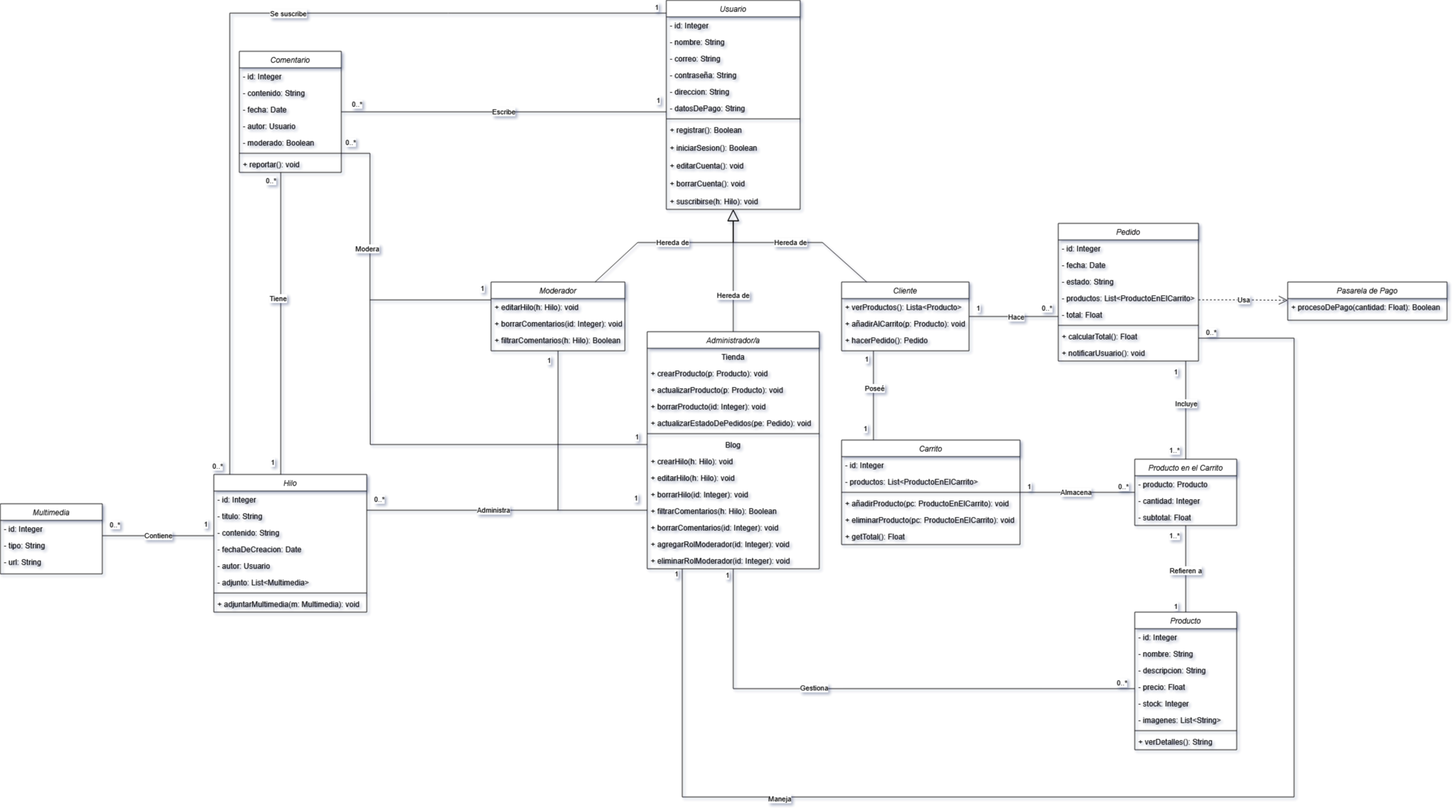
This is Diagramas/Clases/DiagramaClases.drawio.png from 8-6R4N4DR1/LuigiaCouture, a draw.io export, as it was before one commit. Source tidied: cells renumbered, new cells last; positions are measured from the earlier drawing's top-left corner, leaving out a move shared by most shapes.
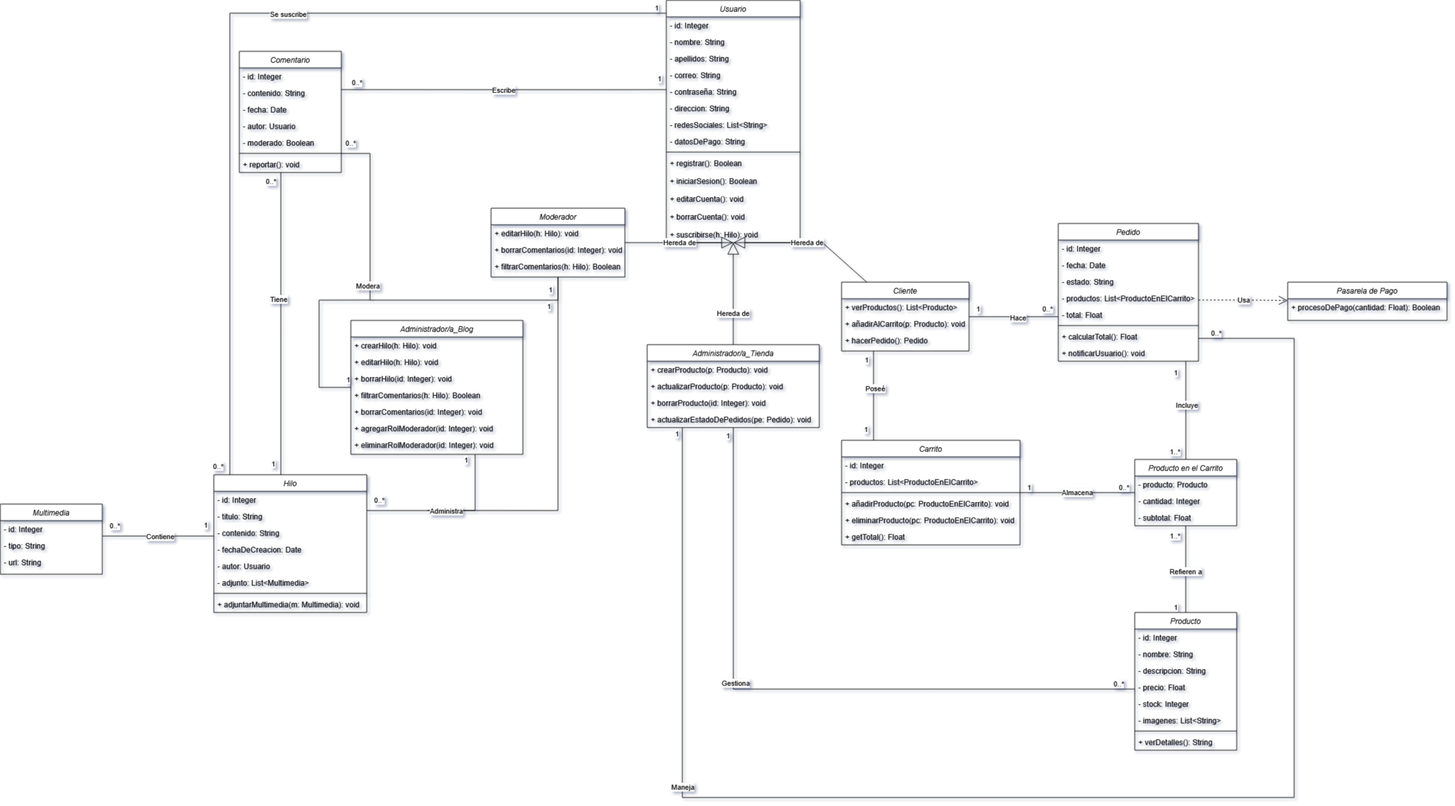
The same diagram one commit later.

What changed in the source:
```diff
@@ -3,7 +3,7 @@
     <mxCell id="0" />
     <mxCell id="1" parent="0" />
     <mxCell id="2" value="Usuario" style="swimlane;fontStyle=2;align=center;verticalAlign=top;horizontal=1;startSize=26;rounded=0;shadow=0;strokeWidth=1;" parent="1" vertex="1">
-      <mxGeometry x="1045" width="210" height="328" as="geometry" />
+      <mxGeometry x="1045" width="210" height="380" as="geometry" />
     </mxCell>
     <mxCell id="3" value="- id: Integer" style="text;align=left;verticalAlign=top;spacingLeft=4;spacingRight=4;overflow=hidden;" parent="2" vertex="1">
       <mxGeometry y="26" width="210" height="26" as="geometry" />
@@ -11,35 +11,41 @@
     <mxCell id="4" value="- nombre: String" style="text;align=left;verticalAlign=top;spacingLeft=4;spacingRight=4;overflow=hidden;rounded=0;shadow=0;html=0;" parent="2" vertex="1">
       <mxGeometry y="52" width="210" height="26" as="geometry" />
     </mxCell>
+    <mxCell id="150" value="- apellidos: String" style="text;align=left;verticalAlign=top;spacingLeft=4;spacingRight=4;overflow=hidden;rounded=0;shadow=0;html=0;" parent="2" vertex="1">
+      <mxGeometry y="78" width="210" height="26" as="geometry" />
+    </mxCell>
     <mxCell id="5" value="- correo: String" style="text;align=left;verticalAlign=top;spacingLeft=4;spacingRight=4;overflow=hidden;rounded=0;shadow=0;html=0;" parent="2" vertex="1">
-      <mxGeometry y="78" width="210" height="26" as="geometry" />
+      <mxGeometry y="104" width="210" height="26" as="geometry" />
     </mxCell>
     <mxCell id="6" value="- contraseña: String" style="text;align=left;verticalAlign=top;spacingLeft=4;spacingRight=4;overflow=hidden;rounded=0;shadow=0;html=0;" parent="2" vertex="1">
-      <mxGeometry y="104" width="210" height="26" as="geometry" />
+      <mxGeometry y="130" width="210" height="26" as="geometry" />
     </mxCell>
     <mxCell id="7" value="- direccion: String" style="text;align=left;verticalAlign=top;spacingLeft=4;spacingRight=4;overflow=hidden;rounded=0;shadow=0;html=0;" parent="2" vertex="1">
-      <mxGeometry y="130" width="210" height="26" as="geometry" />
+      <mxGeometry y="156" width="210" height="26" as="geometry" />
     </mxCell>
+    <mxCell id="151" value="- redesSociales: List&lt;String&gt;" style="text;align=left;verticalAlign=top;spacingLeft=4;spacingRight=4;overflow=hidden;rounded=0;shadow=0;html=0;" parent="2" vertex="1">
+      <mxGeometry y="182" width="210" height="26" as="geometry" />
+    </mxCell>
     <mxCell id="8" value="- datosDePago: String" style="text;align=left;verticalAlign=top;spacingLeft=4;spacingRight=4;overflow=hidden;rounded=0;shadow=0;html=0;" parent="2" vertex="1">
-      <mxGeometry y="156" width="210" height="26" as="geometry" />
+      <mxGeometry y="208" width="210" height="26" as="geometry" />
     </mxCell>
     <mxCell id="9" style="line;html=1;strokeWidth=1;align=left;verticalAlign=middle;spacingTop=-1;spacingLeft=3;spacingRight=3;labelPosition=right;" parent="2" vertex="1">
-      <mxGeometry y="182" width="210" height="8" as="geometry" />
+      <mxGeometry y="234" width="210" height="8" as="geometry" />
     </mxCell>
     <mxCell id="10" value="+ registrar(): Boolean" style="text;align=left;verticalAlign=top;spacingLeft=4;spacingRight=4;overflow=hidden;" parent="2" vertex="1">
-      <mxGeometry y="190" width="210" height="28" as="geometry" />
+      <mxGeometry y="242" width="210" height="28" as="geometry" />
     </mxCell>
     <mxCell id="11" value="+ iniciarSesion(): Boolean" style="text;align=left;verticalAlign=top;spacingLeft=4;spacingRight=4;overflow=hidden;" parent="2" vertex="1">
-      <mxGeometry y="218" width="210" height="28" as="geometry" />
+      <mxGeometry y="270" width="210" height="28" as="geometry" />
     </mxCell>
     <mxCell id="12" value="+ editarCuenta(): void" style="text;align=left;verticalAlign=top;spacingLeft=4;spacingRight=4;overflow=hidden;" parent="2" vertex="1">
-      <mxGeometry y="246" width="210" height="28" as="geometry" />
+      <mxGeometry y="298" width="210" height="28" as="geometry" />
     </mxCell>
     <mxCell id="13" value="+ borrarCuenta(): void" style="text;align=left;verticalAlign=top;spacingLeft=4;spacingRight=4;overflow=hidden;" parent="2" vertex="1">
-      <mxGeometry y="274" width="210" height="28" as="geometry" />
+      <mxGeometry y="326" width="210" height="28" as="geometry" />
     </mxCell>
     <mxCell id="14" value="+ suscribirse(h: Hilo): void" style="text;align=left;verticalAlign=top;spacingLeft=4;spacingRight=4;overflow=hidden;" parent="2" vertex="1">
-      <mxGeometry y="302" width="210" height="26" as="geometry" />
+      <mxGeometry y="354" width="210" height="26" as="geometry" />
     </mxCell>
     <mxCell id="15" style="edgeStyle=orthogonalEdgeStyle;rounded=0;jettySize=auto;html=1;endArrow=none;startFill=0;" parent="1" edge="1" source="19" target="42">
       <mxGeometry relative="1" as="geometry">
@@ -61,73 +67,36 @@
     <mxCell id="18" value="Gestiona" style="edgeLabel;html=1;align=center;verticalAlign=middle;" parent="15" vertex="1">
       <mxGeometry x="-0.23" y="2" relative="1" as="geometry" />
     </mxCell>
-    <mxCell id="19" value="Administrador/a" style="swimlane;fontStyle=2;align=center;verticalAlign=top;horizontal=1;startSize=26;rounded=0;shadow=0;strokeWidth=1;" parent="1" vertex="1">
-      <mxGeometry x="1015" y="520" width="270" height="372" as="geometry" />
+    <mxCell id="19" value="Administrador/a_Tienda" style="swimlane;fontStyle=2;align=center;verticalAlign=top;horizontal=1;startSize=26;rounded=0;shadow=0;strokeWidth=1;" parent="1" vertex="1">
+      <mxGeometry x="1015" y="540" width="270" height="130" as="geometry" />
     </mxCell>
-    <mxCell id="20" value="Tienda" style="text;align=center;verticalAlign=top;spacingLeft=4;spacingRight=4;overflow=hidden;" parent="19" vertex="1">
-      <mxGeometry y="26" width="270" height="26" as="geometry" />
-    </mxCell>
     <mxCell id="21" value="+ crearProducto(p: Producto): void" style="text;align=left;verticalAlign=top;spacingLeft=4;spacingRight=4;overflow=hidden;rounded=0;shadow=0;html=0;" parent="19" vertex="1">
-      <mxGeometry y="52" width="270" height="26" as="geometry" />
+      <mxGeometry y="26" width="270" height="26" as="geometry" />
     </mxCell>
     <mxCell id="22" value="+ actualizarProducto(p: Producto): void" style="text;align=left;verticalAlign=top;spacingLeft=4;spacingRight=4;overflow=hidden;rounded=0;shadow=0;html=0;" parent="19" vertex="1">
-      <mxGeometry y="78" width="270" height="26" as="geometry" />
+      <mxGeometry y="52" width="270" height="26" as="geometry" />
     </mxCell>
     <mxCell id="23" value="+ borrarProducto(id: Integer): void" style="text;align=left;verticalAlign=top;spacingLeft=4;spacingRight=4;overflow=hidden;rounded=0;shadow=0;html=0;" parent="19" vertex="1">
-      <mxGeometry y="104" width="270" height="26" as="geometry" />
+      <mxGeometry y="78" width="270" height="26" as="geometry" />
     </mxCell>
     <mxCell id="24" value="+ actualizarEstadoDePedidos(pe: Pedido): void" style="text;align=left;verticalAlign=top;spacingLeft=4;spacingRight=4;overflow=hidden;rounded=0;shadow=0;html=0;" parent="19" vertex="1">
-      <mxGeometry y="130" width="270" height="26" as="geometry" />
+      <mxGeometry y="104" width="270" height="26" as="geometry" />
     </mxCell>
-    <mxCell id="25" style="line;html=1;strokeWidth=1;align=left;verticalAlign=middle;spacingTop=-1;spacingLeft=3;spacingRight=3;labelPosition=right;" parent="19" vertex="1">
-      <mxGeometry y="156" width="270" height="8" as="geometry" />
-    </mxCell>
-    <mxCell id="26" style="edgeStyle=orthogonalEdgeStyle;rounded=0;jettySize=auto;html=1;exitX=0;exitY=0.5;exitDx=0;exitDy=0;endArrow=none;startFill=0;" parent="19" edge="1" source="28">
-      <mxGeometry relative="1" as="geometry">
-        <mxPoint x="-435" y="-50" as="targetPoint" />
-      </mxGeometry>
-    </mxCell>
-    <mxCell id="27" value="1" style="edgeLabel;html=1;align=center;verticalAlign=middle;" parent="26" vertex="1">
-      <mxGeometry x="-0.95" y="-2" relative="1" as="geometry">
-        <mxPoint y="-11" as="offset" />
-      </mxGeometry>
-    </mxCell>
-    <mxCell id="28" value="Blog" style="text;align=center;verticalAlign=top;spacingLeft=4;spacingRight=4;overflow=hidden;points=[[0,0.5],[1,0.5]];portConstraint=eastwest;" parent="19" vertex="1">
-      <mxGeometry y="164" width="270" height="26" as="geometry" />
-    </mxCell>
-    <mxCell id="29" value="+ crearHilo(h: Hilo): void" style="text;align=left;verticalAlign=top;spacingLeft=4;spacingRight=4;overflow=hidden;rounded=0;shadow=0;html=0;" parent="19" vertex="1">
-      <mxGeometry y="190" width="270" height="26" as="geometry" />
-    </mxCell>
-    <mxCell id="30" value="+ editarHilo(h: Hilo): void" style="text;align=left;verticalAlign=top;spacingLeft=4;spacingRight=4;overflow=hidden;rounded=0;shadow=0;html=0;" parent="19" vertex="1">
-      <mxGeometry y="216" width="270" height="26" as="geometry" />
-    </mxCell>
-    <mxCell id="31" value="+ borrarHilo(id: Integer): void" style="text;align=left;verticalAlign=top;spacingLeft=4;spacingRight=4;overflow=hidden;rounded=0;shadow=0;html=0;" parent="19" vertex="1">
-      <mxGeometry y="242" width="270" height="26" as="geometry" />
-    </mxCell>
-    <mxCell id="32" value="+ filtrarComentarios(h: Hilo): Boolean" style="text;align=left;verticalAlign=top;spacingLeft=4;spacingRight=4;overflow=hidden;" parent="19" vertex="1">
-      <mxGeometry y="268" width="270" height="26" as="geometry" />
-    </mxCell>
-    <mxCell id="33" value="+ borrarComentarios(id: Integer): void" style="text;align=left;verticalAlign=top;spacingLeft=4;spacingRight=4;overflow=hidden;rounded=0;shadow=0;html=0;" parent="19" vertex="1">
-      <mxGeometry y="294" width="270" height="26" as="geometry" />
-    </mxCell>
-    <mxCell id="34" value="+ agregarRolModerador(id: Integer): void" style="text;align=left;verticalAlign=top;spacingLeft=4;spacingRight=4;overflow=hidden;rounded=0;shadow=0;html=0;" parent="19" vertex="1">
-      <mxGeometry y="320" width="270" height="26" as="geometry" />
-    </mxCell>
-    <mxCell id="35" value="+ eliminarRolModerador(id: Integer): void" style="text;align=left;verticalAlign=top;spacingLeft=4;spacingRight=4;overflow=hidden;rounded=0;shadow=0;html=0;" parent="19" vertex="1">
-      <mxGeometry y="346" width="270" height="26" as="geometry" />
-    </mxCell>
     <mxCell id="36" style="edgeStyle=orthogonalEdgeStyle;rounded=0;jettySize=auto;html=1;endArrow=none;startFill=0;" parent="1" edge="1" source="38">
       <mxGeometry relative="1" as="geometry">
-        <mxPoint x="875" y="800" as="targetPoint" />
+        <mxPoint x="670" y="800" as="targetPoint" />
+        <Array as="points">
+          <mxPoint x="875" y="800" />
+        </Array>
       </mxGeometry>
     </mxCell>
     <mxCell id="37" value="1" style="edgeLabel;html=1;align=center;verticalAlign=middle;" parent="36" vertex="1">
       <mxGeometry x="-0.91" y="2" relative="1" as="geometry">
-        <mxPoint x="-17" y="2" as="offset" />
+        <mxPoint x="-17" y="19" as="offset" />
       </mxGeometry>
     </mxCell>
     <mxCell id="38" value="Moderador" style="swimlane;fontStyle=2;align=center;verticalAlign=top;horizontal=1;startSize=26;rounded=0;shadow=0;strokeWidth=1;" parent="1" vertex="1">
-      <mxGeometry x="770" y="442" width="210" height="108" as="geometry" />
+      <mxGeometry x="770" y="326" width="210" height="108" as="geometry" />
     </mxCell>
     <mxCell id="39" value="+ editarHilo(h: Hilo): void" style="text;align=left;verticalAlign=top;spacingLeft=4;spacingRight=4;overflow=hidden;rounded=0;shadow=0;html=0;" parent="38" vertex="1">
       <mxGeometry y="26" width="210" height="26" as="geometry" />
@@ -297,7 +266,7 @@
     <mxCell id="94" value="Cliente" style="swimlane;fontStyle=2;align=center;verticalAlign=top;horizontal=1;startSize=26;rounded=0;shadow=0;strokeWidth=1;" parent="1" vertex="1">
       <mxGeometry x="1320" y="442" width="200" height="108" as="geometry" />
     </mxCell>
-    <mxCell id="95" value="+ verProductos(): Lista&lt;Producto&gt;" style="text;align=left;verticalAlign=top;spacingLeft=4;spacingRight=4;overflow=hidden;" parent="94" vertex="1">
+    <mxCell id="95" value="+ verProductos(): List&lt;Producto&gt;" style="text;align=left;verticalAlign=top;spacingLeft=4;spacingRight=4;overflow=hidden;" parent="94" vertex="1">
       <mxGeometry y="26" width="200" height="26" as="geometry" />
     </mxCell>
     <mxCell id="96" value="+ añadirAlCarrito(p: Producto): void" style="text;align=left;verticalAlign=top;spacingLeft=4;spacingRight=4;overflow=hidden;" parent="94" vertex="1">
@@ -309,7 +278,7 @@
     <mxCell id="98" value="Hereda de" style="endArrow=block;endSize=16;endFill=0;html=1;rounded=0;" parent="1" edge="1" source="38" target="2">
       <mxGeometry relative="1" as="geometry">
         <Array as="points">
-          <mxPoint x="1000" y="380" />
+          <mxPoint x="1070" y="380" />
           <mxPoint x="1150" y="380" />
         </Array>
       </mxGeometry>
@@ -424,29 +393,6 @@
         <mxPoint y="5" as="offset" />
       </mxGeometry>
     </mxCell>
-    <mxCell id="121" style="endArrow=none;html=1;edgeStyle=orthogonalEdgeStyle;rounded=0;" parent="1" edge="1" source="73" target="19">
-      <mxGeometry relative="1" as="geometry">
-        <Array as="points">
-          <mxPoint x="800" y="800" />
-          <mxPoint x="800" y="800" />
-        </Array>
-      </mxGeometry>
-    </mxCell>
-    <mxCell id="122" value="0..*" style="edgeLabel;html=1;align=left;verticalAlign=bottom;" parent="121" vertex="1">
-      <mxGeometry x="-1" relative="1" as="geometry">
-        <mxPoint x="10" y="-10" as="offset" />
-      </mxGeometry>
-    </mxCell>
-    <mxCell id="123" value="1" style="edgeLabel;html=1;align=right;verticalAlign=bottom;" parent="121" vertex="1">
-      <mxGeometry x="1" relative="1" as="geometry">
-        <mxPoint x="-15" y="-12" as="offset" />
-      </mxGeometry>
-    </mxCell>
-    <mxCell id="124" value="Administra" style="edgeLabel;html=1;align=center;verticalAlign=middle;" parent="121" vertex="1">
-      <mxGeometry x="-0.17" y="1" relative="1" as="geometry">
-        <mxPoint x="15" as="offset" />
-      </mxGeometry>
-    </mxCell>
     <mxCell id="125" style="endArrow=none;html=1;edgeStyle=orthogonalEdgeStyle;rounded=0;" parent="1" edge="1" source="82" target="73">
       <mxGeometry relative="1" as="geometry">
         <Array as="points">
@@ -470,11 +416,13 @@
         <mxPoint x="-6" as="offset" />
       </mxGeometry>
     </mxCell>
-    <mxCell id="129" style="endArrow=none;html=1;edgeStyle=orthogonalEdgeStyle;rounded=0;" parent="1" edge="1" source="82" target="2">
+    <mxCell id="129" style="endArrow=none;html=1;edgeStyle=orthogonalEdgeStyle;rounded=0;" parent="1" edge="1">
       <mxGeometry relative="1" as="geometry">
+        <mxPoint x="535" y="140" as="sourcePoint" />
+        <mxPoint x="1045" y="140" as="targetPoint" />
         <Array as="points">
-          <mxPoint x="950" y="175" />
-          <mxPoint x="950" y="175" />
+          <mxPoint x="950" y="140" />
+          <mxPoint x="950" y="140" />
         </Array>
       </mxGeometry>
     </mxCell>
@@ -540,7 +488,7 @@
     </mxCell>
     <mxCell id="140" value="1" style="edgeLabel;html=1;align=right;verticalAlign=bottom;" parent="138" vertex="1">
       <mxGeometry x="1" relative="1" as="geometry">
-        <mxPoint x="-10" y="-11" as="offset" />
+        <mxPoint x="-10" y="26" as="offset" />
       </mxGeometry>
     </mxCell>
     <mxCell id="141" value="Modera" style="edgeLabel;html=1;align=center;verticalAlign=middle;" parent="138" vertex="1">
@@ -592,5 +540,65 @@
         <mxPoint x="-18" y="34" as="offset" />
       </mxGeometry>
     </mxCell>
+    <mxCell id="152" value="Administrador/a_Blog" style="swimlane;fontStyle=2;align=center;verticalAlign=top;horizontal=1;startSize=26;rounded=0;shadow=0;strokeWidth=1;" parent="1" vertex="1">
+      <mxGeometry x="550" y="502" width="270" height="210" as="geometry" />
+    </mxCell>
+    <mxCell id="153" style="edgeStyle=orthogonalEdgeStyle;rounded=0;jettySize=auto;html=1;endArrow=none;startFill=0;" parent="152" edge="1" source="152">
+      <mxGeometry relative="1" as="geometry">
+        <mxPoint x="30" y="-32" as="targetPoint" />
+        <Array as="points">
+          <mxPoint x="-50" y="105" />
+          <mxPoint x="-50" y="-32" />
+        </Array>
+      </mxGeometry>
+    </mxCell>
+    <mxCell id="154" value="1" style="edgeLabel;html=1;align=center;verticalAlign=middle;" parent="153" vertex="1">
+      <mxGeometry x="-0.95" y="-2" relative="1" as="geometry">
+        <mxPoint y="-11" as="offset" />
+      </mxGeometry>
+    </mxCell>
+    <mxCell id="29" value="+ crearHilo(h: Hilo): void" style="text;align=left;verticalAlign=top;spacingLeft=4;spacingRight=4;overflow=hidden;rounded=0;shadow=0;html=0;" parent="152" vertex="1">
+      <mxGeometry y="26" width="270" height="26" as="geometry" />
+    </mxCell>
+    <mxCell id="30" value="+ editarHilo(h: Hilo): void" style="text;align=left;verticalAlign=top;spacingLeft=4;spacingRight=4;overflow=hidden;rounded=0;shadow=0;html=0;" parent="152" vertex="1">
+      <mxGeometry y="52" width="270" height="26" as="geometry" />
+    </mxCell>
+    <mxCell id="31" value="+ borrarHilo(id: Integer): void" style="text;align=left;verticalAlign=top;spacingLeft=4;spacingRight=4;overflow=hidden;rounded=0;shadow=0;html=0;" parent="152" vertex="1">
+      <mxGeometry y="78" width="270" height="26" as="geometry" />
+    </mxCell>
+    <mxCell id="32" value="+ filtrarComentarios(h: Hilo): Boolean" style="text;align=left;verticalAlign=top;spacingLeft=4;spacingRight=4;overflow=hidden;" parent="152" vertex="1">
+      <mxGeometry y="104" width="270" height="26" as="geometry" />
+    </mxCell>
+    <mxCell id="33" value="+ borrarComentarios(id: Integer): void" style="text;align=left;verticalAlign=top;spacingLeft=4;spacingRight=4;overflow=hidden;rounded=0;shadow=0;html=0;" parent="152" vertex="1">
+      <mxGeometry y="130" width="270" height="26" as="geometry" />
+    </mxCell>
+    <mxCell id="34" value="+ agregarRolModerador(id: Integer): void" style="text;align=left;verticalAlign=top;spacingLeft=4;spacingRight=4;overflow=hidden;rounded=0;shadow=0;html=0;" parent="152" vertex="1">
+      <mxGeometry y="156" width="270" height="26" as="geometry" />
+    </mxCell>
+    <mxCell id="35" value="+ eliminarRolModerador(id: Integer): void" style="text;align=left;verticalAlign=top;spacingLeft=4;spacingRight=4;overflow=hidden;rounded=0;shadow=0;html=0;" parent="152" vertex="1">
+      <mxGeometry y="182" width="270" height="26" as="geometry" />
+    </mxCell>
+    <mxCell id="155" style="endArrow=none;html=1;edgeStyle=orthogonalEdgeStyle;rounded=0;" parent="1" edge="1" source="73" target="152">
+      <mxGeometry relative="1" as="geometry">
+        <Array as="points">
+          <mxPoint x="745" y="800" />
+        </Array>
+      </mxGeometry>
+    </mxCell>
+    <mxCell id="122" value="0..*" style="edgeLabel;html=1;align=left;verticalAlign=bottom;" parent="155" vertex="1">
+      <mxGeometry x="-1" relative="1" as="geometry">
+        <mxPoint x="10" y="-10" as="offset" />
+      </mxGeometry>
+    </mxCell>
+    <mxCell id="124" value="Administra" style="edgeLabel;html=1;align=center;verticalAlign=middle;" parent="155" vertex="1">
+      <mxGeometry x="-0.17" y="1" relative="1" as="geometry">
+        <mxPoint x="15" as="offset" />
+      </mxGeometry>
+    </mxCell>
+    <mxCell id="156" value="1" style="edgeLabel;html=1;align=center;verticalAlign=middle;" parent="155" vertex="1">
+      <mxGeometry x="0.9" relative="1" as="geometry">
+        <mxPoint x="-15" y="-5" as="offset" />
+      </mxGeometry>
+    </mxCell>
   </root>
 </mxGraphModel>
```
